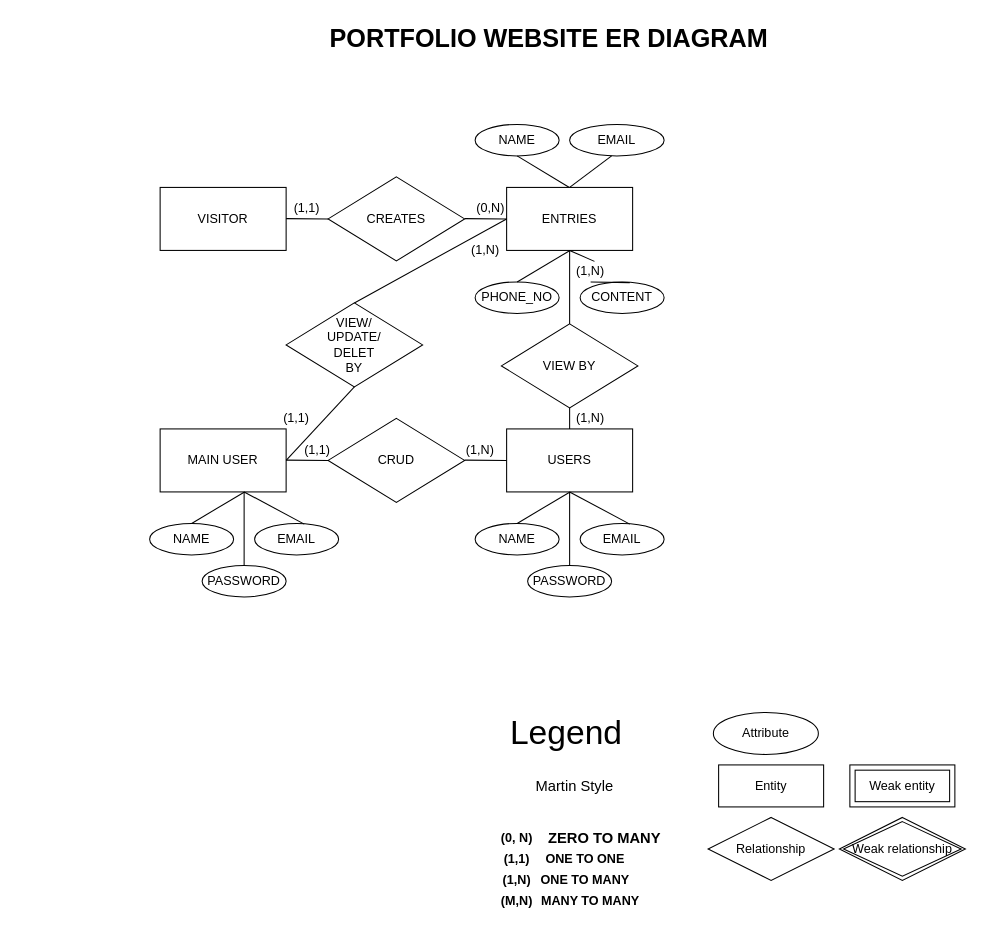
Before: Submissions/Assignment01/Portfilio_ER.drawio in hussainlallani/f20_csfs1030, a draw.io diagram. Source tidied: cells renumbered, new cells numbered last; positions are measured from the earlier drawing's top-left corner, leaving out a move shared by most shapes. Both pictures are drawn from the tidied source at 105%, with x=0, y=0 at pixel (149, 18).
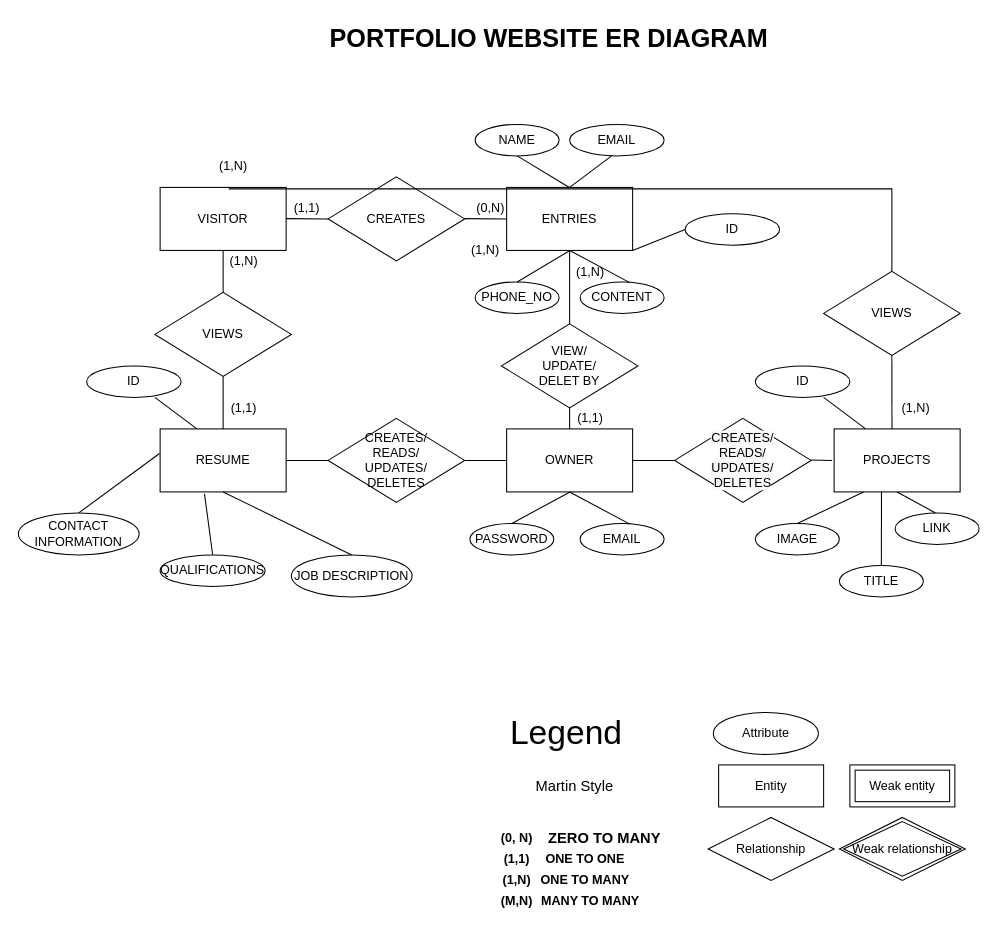
Above is the later version.

The change refers to these unchanged cells:
```xml
<mxCell id="2" value="VISITOR" style="rounded=0;whiteSpace=wrap;html=1;" parent="1" vertex="1">
  <mxGeometry x="10" y="161" width="120" height="60" as="geometry" />
</mxCell>
<mxCell id="4" value="ENTRIES" style="rounded=0;whiteSpace=wrap;html=1;" parent="1" vertex="1">
  <mxGeometry x="340" y="161" width="120" height="60" as="geometry" />
</mxCell>
<mxCell id="14" value="CONTENT" style="ellipse;whiteSpace=wrap;html=1;" parent="1" vertex="1">
  <mxGeometry x="410" y="251" width="80" height="30" as="geometry" />
</mxCell>
```

Diff of the diagram source:
```diff
@@
-    <mxCell id="15" style="endArrow=none;html=1;entryX=0.5;entryY=1;entryDx=0;entryDy=0;exitX=0.591;exitY=0.022;exitDx=0;exitDy=0;exitPerimeter=0;" parent="1" edge="1" source="45" target="4">
-      <mxGeometry relative="1" as="geometry" />
-    </mxCell>
-    <mxCell id="16" value="MAIN USER" style="rounded=0;whiteSpace=wrap;html=1;" parent="1" vertex="1">
-      <mxGeometry x="10" y="391" width="120" height="60" as="geometry" />
-    </mxCell>
-    <mxCell id="17" style="rhombus;whiteSpace=wrap;html=1;" parent="1" vertex="1">
-      <mxGeometry x="170" y="381" width="130" height="80" as="geometry" />
-    </mxCell>
-    <mxCell id="18" value="USERS" style="rounded=0;whiteSpace=wrap;html=1;" parent="1" vertex="1">
+    <mxCell id="18" value="OWNER" style="rounded=0;whiteSpace=wrap;html=1;" parent="1" vertex="1">
       <mxGeometry x="340" y="391" width="120" height="60" as="geometry" />
     </mxCell>
-    <mxCell id="19" style="endArrow=none;html=1;entryX=0;entryY=0.5;entryDx=0;entryDy=0;" parent="1" edge="1" target="17">
-      <mxGeometry relative="1" as="geometry">
-        <mxPoint x="130" y="420.7" as="sourcePoint" />
-      </mxGeometry>
-    </mxCell>
-    <mxCell id="20" style="endArrow=none;html=1;entryX=0;entryY=0.5;entryDx=0;entryDy=0;" parent="1" edge="1">
-      <mxGeometry relative="1" as="geometry">
-        <mxPoint x="300" y="420.7" as="sourcePoint" />
-        <mxPoint x="340" y="421" as="targetPoint" />
-      </mxGeometry>
-    </mxCell>
-    <mxCell id="21" value="CRUD" style="text;html=1;strokeColor=none;fillColor=none;align=center;verticalAlign=middle;whiteSpace=wrap;rounded=0;" parent="1" vertex="1">
-      <mxGeometry x="215" y="411" width="40" height="20" as="geometry" />
-    </mxCell>
-    <mxCell id="22" value="NAME" style="ellipse;whiteSpace=wrap;html=1;" parent="1" vertex="1">
-      <mxGeometry x="310" y="481" width="80" height="30" as="geometry" />
-    </mxCell>
-    <mxCell id="23" style="endArrow=none;html=1;entryX=0.503;entryY=1.08;entryDx=0;entryDy=0;entryPerimeter=0;exitX=0.5;exitY=0;exitDx=0;exitDy=0;" parent="1" edge="1" source="22">
+    <mxCell id="23" style="endArrow=none;html=1;entryX=0.503;entryY=1.08;entryDx=0;entryDy=0;entryPerimeter=0;exitX=0.5;exitY=0;exitDx=0;exitDy=0;" parent="1" edge="1" source="26">
       <mxGeometry relative="1" as="geometry">
         <mxPoint x="400.4" y="451" as="targetPoint" />
       </mxGeometry>
     </mxCell>
@@
-    <mxCell id="26" value="PASSWORD" style="ellipse;whiteSpace=wrap;html=1;" parent="1" vertex="1">
-      <mxGeometry x="360" y="521" width="80" height="30" as="geometry" />
-    </mxCell>
-    <mxCell id="27" style="endArrow=none;html=1;" parent="1" edge="1">
-      <mxGeometry relative="1" as="geometry">
-        <mxPoint x="400" y="521" as="sourcePoint" />
-        <mxPoint x="400" y="451" as="targetPoint" />
-      </mxGeometry>
-    </mxCell>
-    <mxCell id="28" value="VIEW BY" style="rhombus;whiteSpace=wrap;html=1;" parent="1" vertex="1">
+    <mxCell id="28" value="VIEW/&lt;br&gt;UPDATE/&lt;br&gt;DELET BY" style="rhombus;whiteSpace=wrap;html=1;" parent="1" vertex="1">
       <mxGeometry x="335" y="291" width="130" height="80" as="geometry" />
     </mxCell>
@@
-    <mxCell id="31" value="NAME" style="ellipse;whiteSpace=wrap;html=1;" parent="1" vertex="1">
-      <mxGeometry y="481" width="80" height="30" as="geometry" />
-    </mxCell>
-    <mxCell id="32" style="endArrow=none;html=1;entryX=0.503;entryY=1.08;entryDx=0;entryDy=0;entryPerimeter=0;exitX=0.5;exitY=0;exitDx=0;exitDy=0;" parent="1" edge="1" source="31">
-      <mxGeometry relative="1" as="geometry">
-        <mxPoint x="90.4" y="451" as="targetPoint" />
-      </mxGeometry>
-    </mxCell>
-    <mxCell id="33" value="EMAIL" style="ellipse;whiteSpace=wrap;html=1;" parent="1" vertex="1">
-      <mxGeometry x="100" y="481" width="80" height="30" as="geometry" />
-    </mxCell>
-    <mxCell id="34" style="endArrow=none;html=1;entryX=0.5;entryY=1;entryDx=0;entryDy=0;exitX=0.591;exitY=0.022;exitDx=0;exitDy=0;exitPerimeter=0;" parent="1" edge="1" source="33">
-      <mxGeometry relative="1" as="geometry">
-        <mxPoint x="90" y="451" as="targetPoint" />
-      </mxGeometry>
-    </mxCell>
-    <mxCell id="35" value="PASSWORD" style="ellipse;whiteSpace=wrap;html=1;" parent="1" vertex="1">
-      <mxGeometry x="50" y="521" width="80" height="30" as="geometry" />
-    </mxCell>
-    <mxCell id="36" style="endArrow=none;html=1;" parent="1" edge="1">
-      <mxGeometry relative="1" as="geometry">
-        <mxPoint x="90" y="521" as="sourcePoint" />
-        <mxPoint x="90" y="451" as="targetPoint" />
-      </mxGeometry>
-    </mxCell>
-    <mxCell id="37" style="rhombus;whiteSpace=wrap;html=1;" parent="1" vertex="1">
-      <mxGeometry x="130" y="271" width="130" height="80" as="geometry" />
-    </mxCell>
-    <mxCell id="38" style="endArrow=none;html=1;entryX=0.5;entryY=1;entryDx=0;entryDy=0;exitX=1;exitY=0.5;exitDx=0;exitDy=0;" parent="1" edge="1" source="16" target="37">
-      <mxGeometry relative="1" as="geometry" />
-    </mxCell>
-    <mxCell id="39" style="endArrow=none;html=1;entryX=0;entryY=0.5;entryDx=0;entryDy=0;exitX=0.5;exitY=0;exitDx=0;exitDy=0;" parent="1" edge="1" source="37" target="4">
-      <mxGeometry relative="1" as="geometry" />
-    </mxCell>
-    <mxCell id="40" value="VIEW/&lt;br&gt;UPDATE/&lt;br&gt;DELET BY" style="text;html=1;strokeColor=none;fillColor=none;align=center;verticalAlign=middle;whiteSpace=wrap;rounded=0;" parent="1" vertex="1">
-      <mxGeometry x="175" y="301" width="40" height="20" as="geometry" />
-    </mxCell>
@@
-    <mxCell id="43" value="(1,1)" style="text;html=1;strokeColor=none;fillColor=none;align=center;verticalAlign=middle;whiteSpace=wrap;rounded=0;" parent="1" vertex="1">
-      <mxGeometry x="140" y="401" width="40" height="20" as="geometry" />
-    </mxCell>
@@
     <mxCell id="45" value="(1,N)" style="text;html=1;strokeColor=none;fillColor=none;align=center;verticalAlign=middle;whiteSpace=wrap;rounded=0;" parent="1" vertex="1">
-      <mxGeometry x="400" y="231" width="40" height="20" as="geometry" />
+      <mxGeometry x="400" y="232" width="40" height="20" as="geometry" />
     </mxCell>
-    <mxCell id="46" style="endArrow=none;html=1;entryX=0.5;entryY=1;entryDx=0;entryDy=0;exitX=0.591;exitY=0.022;exitDx=0;exitDy=0;exitPerimeter=0;" parent="1" edge="1" source="14" target="45">
+    <mxCell id="46" style="endArrow=none;html=1;entryX=0.5;entryY=1;entryDx=0;entryDy=0;exitX=0.591;exitY=0.022;exitDx=0;exitDy=0;exitPerimeter=0;" parent="1" edge="1" source="14" target="4">
       <mxGeometry relative="1" as="geometry" />
     </mxCell>
-    <mxCell id="47" value="(1,N)" style="text;html=1;strokeColor=none;fillColor=none;align=center;verticalAlign=middle;whiteSpace=wrap;rounded=0;" parent="1" vertex="1">
+    <mxCell id="47" value="(1,1)" style="text;html=1;strokeColor=none;fillColor=none;align=center;verticalAlign=middle;whiteSpace=wrap;rounded=0;" parent="1" vertex="1">
       <mxGeometry x="400" y="371" width="40" height="20" as="geometry" />
     </mxCell>
-    <mxCell id="48" value="(1,1)" style="text;html=1;strokeColor=none;fillColor=none;align=center;verticalAlign=middle;whiteSpace=wrap;rounded=0;" parent="1" vertex="1">
-      <mxGeometry x="120" y="371" width="40" height="20" as="geometry" />
-    </mxCell>
-    <mxCell id="49" value="(1,N)" style="text;html=1;strokeColor=none;fillColor=none;align=center;verticalAlign=middle;whiteSpace=wrap;rounded=0;" parent="1" vertex="1">
-      <mxGeometry x="295" y="401" width="40" height="20" as="geometry" />
-    </mxCell>
@@
+    <mxCell id="66" value="RESUME" style="rounded=0;whiteSpace=wrap;html=1;" parent="1" vertex="1">
+      <mxGeometry x="10" y="391" width="120" height="60" as="geometry" />
+    </mxCell>
+    <mxCell id="67" value="PROJECTS" style="rounded=0;whiteSpace=wrap;html=1;" parent="1" vertex="1">
+      <mxGeometry x="651.9" y="391" width="120" height="60" as="geometry" />
+    </mxCell>
+    <mxCell id="26" value="PASSWORD" style="ellipse;whiteSpace=wrap;html=1;" parent="1" vertex="1">
+      <mxGeometry x="305" y="481" width="80" height="30" as="geometry" />
+    </mxCell>
+    <mxCell id="68" value="CREATES/&lt;br&gt;READS/&lt;br&gt;UPDATES/&lt;br&gt;DELETES" style="rhombus;whiteSpace=wrap;html=1;" parent="1" vertex="1">
+      <mxGeometry x="170" y="381" width="130" height="80" as="geometry" />
+    </mxCell>
+    <mxCell id="69" value="&#10;&#10;&lt;span style=&quot;color: rgb(0, 0, 0); font-family: helvetica; font-size: 12px; font-style: normal; font-weight: 400; letter-spacing: normal; text-align: center; text-indent: 0px; text-transform: none; word-spacing: 0px; background-color: rgb(248, 249, 250); display: inline; float: none;&quot;&gt;CREATES/&lt;/span&gt;&lt;br style=&quot;color: rgb(0, 0, 0); font-family: helvetica; font-size: 12px; font-style: normal; font-weight: 400; letter-spacing: normal; text-align: center; text-indent: 0px; text-transform: none; word-spacing: 0px; background-color: rgb(248, 249, 250);&quot;&gt;&lt;span style=&quot;color: rgb(0, 0, 0); font-family: helvetica; font-size: 12px; font-style: normal; font-weight: 400; letter-spacing: normal; text-align: center; text-indent: 0px; text-transform: none; word-spacing: 0px; background-color: rgb(248, 249, 250); display: inline; float: none;&quot;&gt;READS/&lt;/span&gt;&lt;br style=&quot;color: rgb(0, 0, 0); font-family: helvetica; font-size: 12px; font-style: normal; font-weight: 400; letter-spacing: normal; text-align: center; text-indent: 0px; text-transform: none; word-spacing: 0px; background-color: rgb(248, 249, 250);&quot;&gt;&lt;span style=&quot;color: rgb(0, 0, 0); font-family: helvetica; font-size: 12px; font-style: normal; font-weight: 400; letter-spacing: normal; text-align: center; text-indent: 0px; text-transform: none; word-spacing: 0px; background-color: rgb(248, 249, 250); display: inline; float: none;&quot;&gt;UPDATES/&lt;/span&gt;&lt;br style=&quot;color: rgb(0, 0, 0); font-family: helvetica; font-size: 12px; font-style: normal; font-weight: 400; letter-spacing: normal; text-align: center; text-indent: 0px; text-transform: none; word-spacing: 0px; background-color: rgb(248, 249, 250);&quot;&gt;&lt;span style=&quot;color: rgb(0, 0, 0); font-family: helvetica; font-size: 12px; font-style: normal; font-weight: 400; letter-spacing: normal; text-align: center; text-indent: 0px; text-transform: none; word-spacing: 0px; background-color: rgb(248, 249, 250); display: inline; float: none;&quot;&gt;DELETES&lt;/span&gt;&#10;&#10;" style="rhombus;whiteSpace=wrap;html=1;" parent="1" vertex="1">
+      <mxGeometry x="500" y="381" width="130" height="80" as="geometry" />
+    </mxCell>
+    <mxCell id="70" style="edgeStyle=orthogonalEdgeStyle;rounded=0;jettySize=auto;html=1;endArrow=none;endFill=0;exitX=0.545;exitY=0.023;exitDx=0;exitDy=0;exitPerimeter=0;" parent="1" edge="1" source="2" target="79">
+      <mxGeometry relative="1" as="geometry" />
+    </mxCell>
+    <mxCell id="71" value="VIEWS" style="rhombus;whiteSpace=wrap;html=1;" parent="1" vertex="1">
+      <mxGeometry x="5" y="261" width="130" height="80" as="geometry" />
+    </mxCell>
+    <mxCell id="72" style="endArrow=none;html=1;entryX=0.5;entryY=1;entryDx=0;entryDy=0;" parent="1" edge="1" target="79">
+      <mxGeometry relative="1" as="geometry">
+        <mxPoint x="707" y="391" as="sourcePoint" />
+      </mxGeometry>
+    </mxCell>
+    <mxCell id="73" style="endArrow=none;html=1;entryX=0.5;entryY=1;entryDx=0;entryDy=0;" parent="1" edge="1" target="2">
+      <mxGeometry relative="1" as="geometry">
+        <mxPoint x="70" y="261" as="sourcePoint" />
+      </mxGeometry>
+    </mxCell>
+    <mxCell id="74" style="endArrow=none;html=1;" parent="1" edge="1">
+      <mxGeometry relative="1" as="geometry">
+        <mxPoint x="70" y="391" as="sourcePoint" />
+        <mxPoint x="70" y="341" as="targetPoint" />
+      </mxGeometry>
+    </mxCell>
+    <mxCell id="75" style="endArrow=none;html=1;entryX=0;entryY=0.5;entryDx=0;entryDy=0;" parent="1" edge="1" target="68">
+      <mxGeometry relative="1" as="geometry">
+        <mxPoint x="130" y="421" as="sourcePoint" />
+      </mxGeometry>
+    </mxCell>
+    <mxCell id="76" style="endArrow=none;html=1;entryX=0;entryY=0.5;entryDx=0;entryDy=0;exitX=0;exitY=0.5;exitDx=0;exitDy=0;" parent="1" edge="1" source="18">
+      <mxGeometry relative="1" as="geometry">
+        <mxPoint x="300" y="421" as="targetPoint" />
+      </mxGeometry>
+    </mxCell>
+    <mxCell id="77" style="endArrow=none;html=1;" parent="1" edge="1">
+      <mxGeometry relative="1" as="geometry">
+        <mxPoint x="460" y="421" as="sourcePoint" />
+        <mxPoint x="500" y="421" as="targetPoint" />
+      </mxGeometry>
+    </mxCell>
+    <mxCell id="78" style="endArrow=none;html=1;" parent="1" edge="1">
+      <mxGeometry relative="1" as="geometry">
+        <mxPoint x="630" y="420.5" as="sourcePoint" />
+        <mxPoint x="650" y="421" as="targetPoint" />
+      </mxGeometry>
+    </mxCell>
+    <mxCell id="79" value="VIEWS" style="rhombus;whiteSpace=wrap;html=1;" parent="1" vertex="1">
+      <mxGeometry x="641.9" y="241" width="130" height="80" as="geometry" />
+    </mxCell>
+    <mxCell id="80" value="IMAGE" style="ellipse;whiteSpace=wrap;html=1;" parent="1" vertex="1">
+      <mxGeometry x="576.9" y="481" width="80" height="30" as="geometry" />
+    </mxCell>
+    <mxCell id="81" value="TITLE" style="ellipse;whiteSpace=wrap;html=1;" parent="1" vertex="1">
+      <mxGeometry x="656.9" y="521" width="80" height="30" as="geometry" />
+    </mxCell>
+    <mxCell id="82" value="LINK" style="ellipse;whiteSpace=wrap;html=1;" parent="1" vertex="1">
+      <mxGeometry x="710" y="471" width="80" height="30" as="geometry" />
+    </mxCell>
+    <mxCell id="83" style="endArrow=none;html=1;exitX=0.5;exitY=0;exitDx=0;exitDy=0;" parent="1" edge="1" source="80">
+      <mxGeometry relative="1" as="geometry">
+        <mxPoint x="680" y="451" as="targetPoint" />
+      </mxGeometry>
+    </mxCell>
+    <mxCell id="84" style="endArrow=none;html=1;exitX=0.5;exitY=1;exitDx=0;exitDy=0;" parent="1" edge="1" source="67">
+      <mxGeometry relative="1" as="geometry">
+        <mxPoint x="748.4" y="471" as="targetPoint" />
+      </mxGeometry>
+    </mxCell>
+    <mxCell id="85" style="endArrow=none;html=1;exitX=0.5;exitY=0;exitDx=0;exitDy=0;entryX=0.376;entryY=1.003;entryDx=0;entryDy=0;entryPerimeter=0;" parent="1" edge="1" source="81" target="67">
+      <mxGeometry relative="1" as="geometry" />
+    </mxCell>
+    <mxCell id="86" value="ID" style="ellipse;whiteSpace=wrap;html=1;" parent="1" vertex="1">
+      <mxGeometry x="576.9" y="331" width="90" height="30" as="geometry" />
+    </mxCell>
+    <mxCell id="87" style="endArrow=none;html=1;entryX=0;entryY=0.5;entryDx=0;entryDy=0;" parent="1" edge="1" target="88">
+      <mxGeometry relative="1" as="geometry">
+        <mxPoint x="460" y="221" as="sourcePoint" />
+      </mxGeometry>
+    </mxCell>
+    <mxCell id="88" value="ID" style="ellipse;whiteSpace=wrap;html=1;" parent="1" vertex="1">
+      <mxGeometry x="510" y="186" width="90" height="30" as="geometry" />
+    </mxCell>
+    <mxCell id="89" style="endArrow=none;html=1;exitX=0.25;exitY=0;exitDx=0;exitDy=0;" parent="1" edge="1" source="67">
+      <mxGeometry relative="1" as="geometry">
+        <mxPoint x="641.9" y="361" as="targetPoint" />
+      </mxGeometry>
+    </mxCell>
+    <mxCell id="90" value="QUALIFICATIONS" style="ellipse;whiteSpace=wrap;html=1;" parent="1" vertex="1">
+      <mxGeometry x="10" y="511" width="100" height="30" as="geometry" />
+    </mxCell>
+    <mxCell id="91" value="JOB DESCRIPTION" style="ellipse;whiteSpace=wrap;html=1;" parent="1" vertex="1">
+      <mxGeometry x="135" y="511" width="115" height="40" as="geometry" />
+    </mxCell>
+    <mxCell id="92" style="endArrow=none;html=1;entryX=0.352;entryY=1.03;entryDx=0;entryDy=0;entryPerimeter=0;" parent="1" edge="1" target="66">
+      <mxGeometry relative="1" as="geometry">
+        <mxPoint x="60" y="510.6" as="sourcePoint" />
+      </mxGeometry>
+    </mxCell>
+    <mxCell id="93" style="endArrow=none;html=1;entryX=0.5;entryY=1;entryDx=0;entryDy=0;exitX=0.5;exitY=0;exitDx=0;exitDy=0;" parent="1" edge="1" source="91" target="66">
+      <mxGeometry relative="1" as="geometry" />
+    </mxCell>
+    <mxCell id="94" value="ID" style="ellipse;whiteSpace=wrap;html=1;" parent="1" vertex="1">
+      <mxGeometry x="-60" y="331" width="90" height="30" as="geometry" />
+    </mxCell>
+    <mxCell id="95" style="endArrow=none;html=1;exitX=0.25;exitY=0;exitDx=0;exitDy=0;" parent="1" edge="1">
+      <mxGeometry relative="1" as="geometry">
+        <mxPoint x="45" y="391" as="sourcePoint" />
+        <mxPoint x="5" y="361" as="targetPoint" />
+      </mxGeometry>
+    </mxCell>
+    <mxCell id="96" value="(1,N)" style="text;html=1;strokeColor=none;fillColor=none;align=center;verticalAlign=middle;whiteSpace=wrap;rounded=0;" parent="1" vertex="1">
+      <mxGeometry x="70" y="221" width="40" height="20" as="geometry" />
+    </mxCell>
+    <mxCell id="97" value="(1,1)" style="text;html=1;strokeColor=none;fillColor=none;align=center;verticalAlign=middle;whiteSpace=wrap;rounded=0;" parent="1" vertex="1">
+      <mxGeometry x="70" y="361" width="40" height="20" as="geometry" />
+    </mxCell>
+    <mxCell id="98" value="(1,N)" style="text;html=1;strokeColor=none;fillColor=none;align=center;verticalAlign=middle;whiteSpace=wrap;rounded=0;" parent="1" vertex="1">
+      <mxGeometry x="710" y="361" width="40" height="20" as="geometry" />
+    </mxCell>
+    <mxCell id="99" value="(1,N)" style="text;html=1;strokeColor=none;fillColor=none;align=center;verticalAlign=middle;whiteSpace=wrap;rounded=0;" parent="1" vertex="1">
+      <mxGeometry x="60" y="131" width="40" height="20" as="geometry" />
+    </mxCell>
+    <mxCell id="100" value="CONTACT INFORMATION" style="ellipse;whiteSpace=wrap;html=1;" parent="1" vertex="1">
+      <mxGeometry x="-125" y="471" width="115" height="40" as="geometry" />
+    </mxCell>
+    <mxCell id="101" style="endArrow=none;html=1;entryX=-0.005;entryY=0.39;entryDx=0;entryDy=0;exitX=0.5;exitY=0;exitDx=0;exitDy=0;entryPerimeter=0;" parent="1" edge="1" source="100" target="66">
+      <mxGeometry relative="1" as="geometry" />
+    </mxCell>
```
